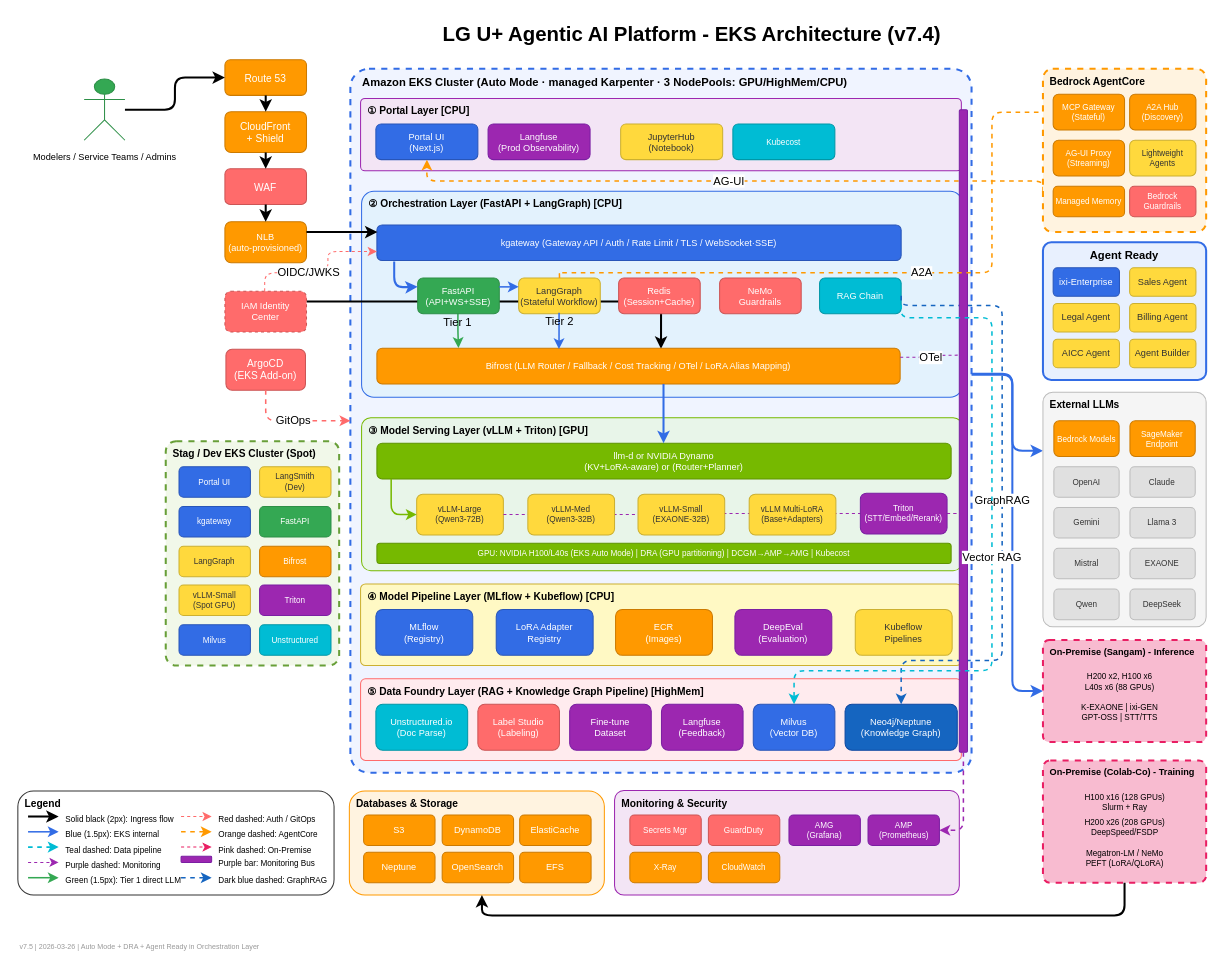
Before: static/LG U+ Agentic AI Platform(with Ontology and fine tunning feature).drawio in devfloor9/engineering-playbook, a draw.io diagram. Source tidied: cells renumbered, new cells numbered last; positions are measured from the earlier drawing's top-left corner, leaving out a move shared by most shapes. Both pictures are drawn from the tidied source at 102%, with x=0, y=0 at pixel (17, 17).
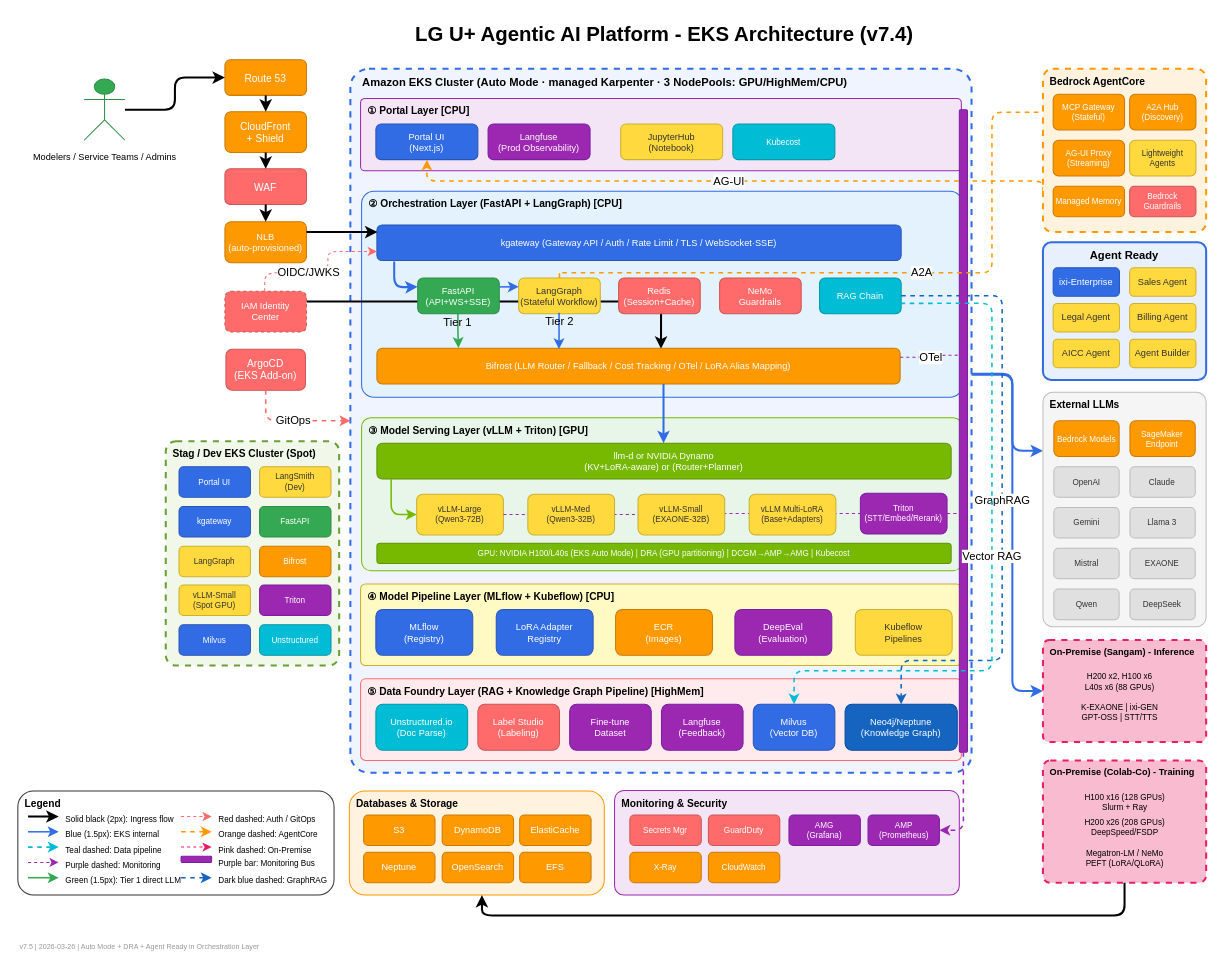
After the change.

The change refers to these unchanged cells:
```xml
<mxCell id="29" value="RAG Chain" style="rounded=1;whiteSpace=wrap;html=1;fillColor=#00BCD4;strokeColor=#0097A7;fontColor=#FFFFFF;fontSize=9;" parent="1" vertex="1">
  <mxGeometry x="786" y="255" width="80" height="35" as="geometry" />
</mxCell>
<mxCell id="44" value="Milvus&#10;(Vector DB)" style="rounded=1;whiteSpace=wrap;html=1;fillColor=#326CE5;strokeColor=#2855B8;fontColor=#FFFFFF;fontSize=9;" parent="1" vertex="1">
  <mxGeometry x="721" y="673" width="80" height="45" as="geometry" />
</mxCell>
<mxCell id="45" value="Neo4j/Neptune&#10;(Knowledge Graph)" style="rounded=1;whiteSpace=wrap;html=1;fillColor=#1565C0;strokeColor=#0D47A1;fontColor=#FFFFFF;fontSize=9;" parent="1" vertex="1">
  <mxGeometry x="811" y="673" width="110" height="45" as="geometry" />
</mxCell>
```

Change to the diagram source:
```diff
@@
-    <mxCell id="7" value="LG U+ Agentic AI Platform - EKS Architecture (v7.4)" style="text;html=1;strokeColor=none;fillColor=none;align=center;verticalAlign=middle;whiteSpace=wrap;rounded=0;fontSize=20;fontStyle=1;fontFamily=Noto Sans KR;" parent="1" vertex="1">
-      <mxGeometry x="261" width="800" height="30" as="geometry" />
+    <mxCell id="7" value="LG U+ Agentic AI Platform - EKS Architecture (v7.4)" style="text;html=1;strokeColor=none;fillColor=none;align=center;verticalAlign=middle;whiteSpace=wrap;rounded=0;fontSize=20;fontStyle=1;fontFamily=Helvetica;" parent="1" vertex="1">
+      <mxGeometry x="233.5" width="800" height="30" as="geometry" />
     </mxCell>
@@
     <mxCell id="62" value="GraphRAG" style="edgeStyle=orthogonalEdgeStyle;html=1;exitX=1;exitY=0.5;entryX=0.5;entryY=0;endArrow=classic;strokeWidth=1.5;strokeColor=#1565C0;dashed=1;labelBackgroundColor=default;" parent="1" edge="1" source="29" target="45">
       <mxGeometry relative="1" as="geometry">
         <Array as="points">
-          <mxPoint x="965" y="282" />
+          <mxPoint x="965" y="273" />
           <mxPoint x="965" y="630" />
           <mxPoint x="866" y="630" />
         </Array>
       </mxGeometry>
     </mxCell>
@@
-    <mxCell id="142" value="Vector RAG" style="edgeStyle=orthogonalEdgeStyle;html=1;exitX=1;exitY=0.75;entryX=0.5;entryY=0;endArrow=classic;strokeWidth=1.5;strokeColor=#00BCD4;dashed=1;exitDx=0;exitDy=0;labelBackgroundColor=default;" parent="1" edge="1" source="29" target="44">
+    <mxCell id="142" value="Vector RAG" style="edgeStyle=orthogonalEdgeStyle;html=1;entryX=0.5;entryY=0;endArrow=classic;strokeWidth=1.5;strokeColor=#00BCD4;dashed=1;labelBackgroundColor=default;exitX=0.992;exitY=0.712;exitDx=0;exitDy=0;exitPerimeter=0;" parent="1" edge="1" source="29" target="44">
       <mxGeometry relative="1" as="geometry">
         <Array as="points">
-          <mxPoint x="955" y="294" />
+          <mxPoint x="955" y="280" />
           <mxPoint x="955" y="640" />
           <mxPoint x="761" y="640" />
         </Array>
       </mxGeometry>
     </mxCell>
```
